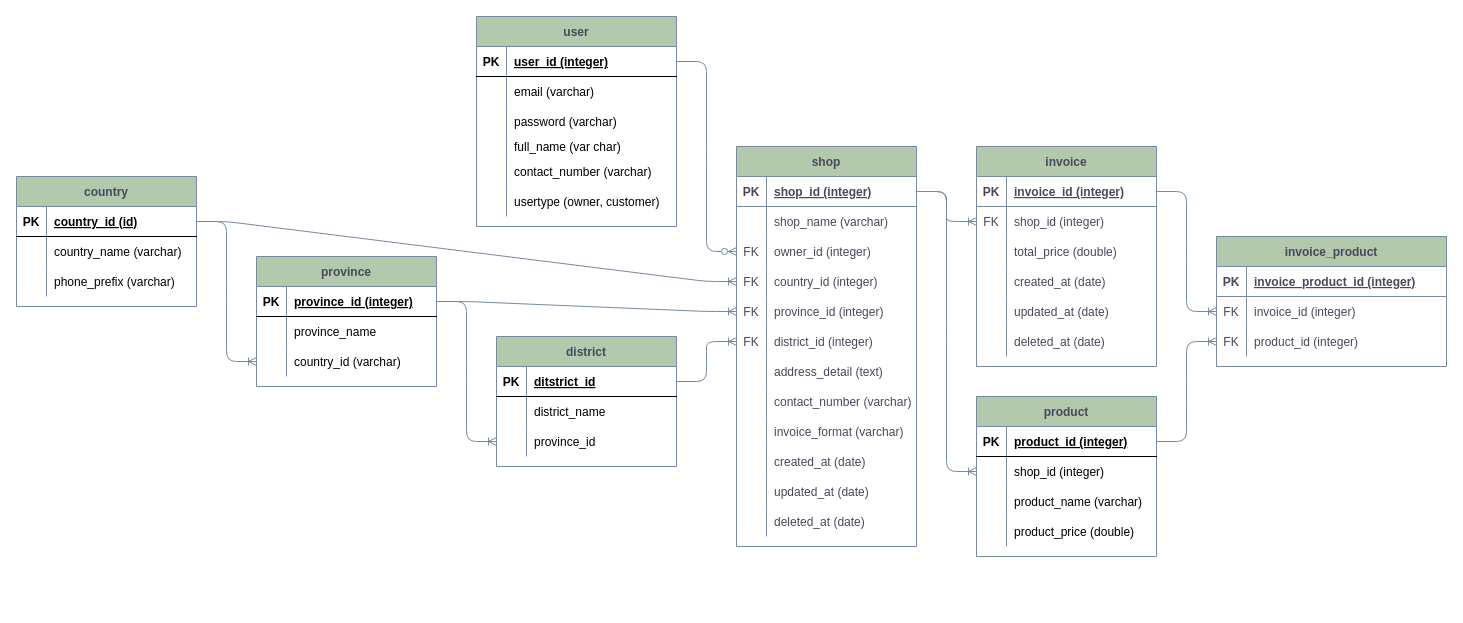
Above: not-e.drawio in mrandi96/side_projects (draw.io), before the change. Source tidied: cells renumbered, new cells numbered last; positions are measured from the earlier drawing's top-left corner, leaving out a move shared by most shapes. Both pictures are drawn from the tidied source at 100%, with x=0, y=0 at pixel (16, 16).
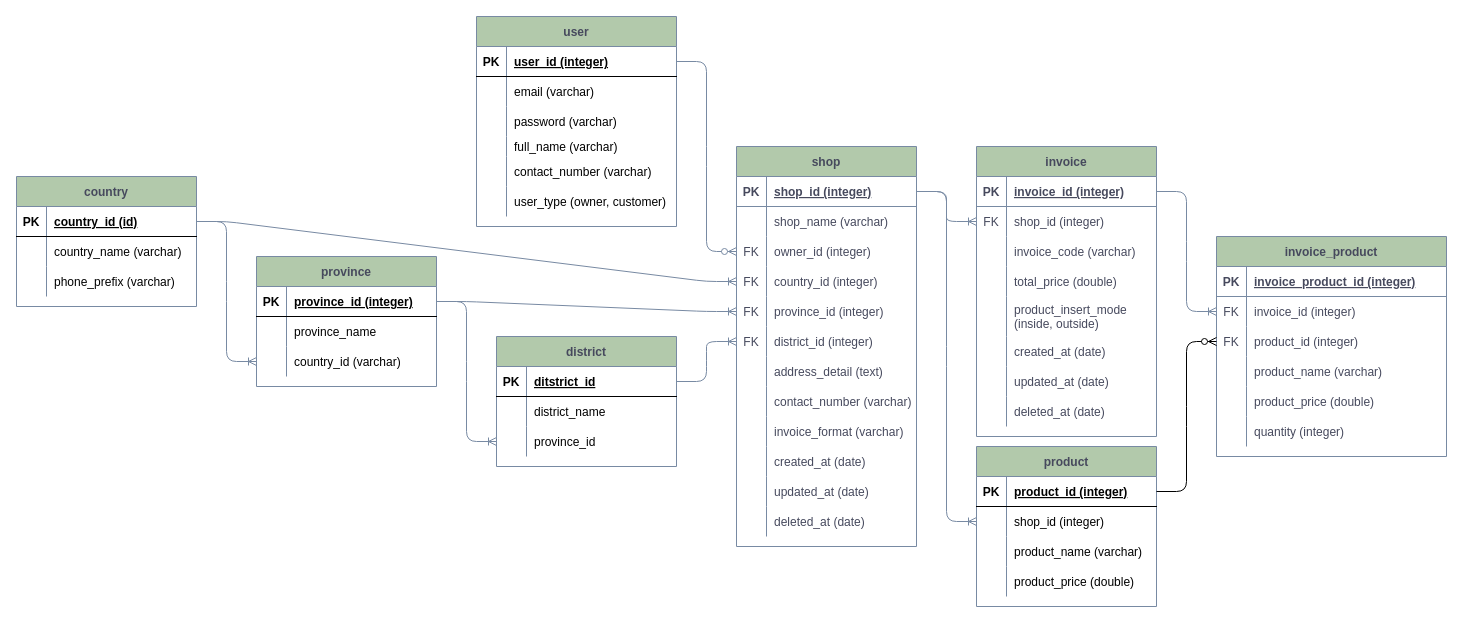
Above is the later version.

Unchanged cells that the change refers to:
```xml
<mxCell id="28" style="shape=partialRectangle;fillColor=none;top=0;left=0;bottom=0;right=0;points=[[0,0.5],[1,0.5]];portConstraint=eastwest;strokeColor=#788AA3;fontColor=#46495D;" parent="21" vertex="1">
  <mxGeometry y="90" width="230" height="30" as="geometry" />
</mxCell>
<mxCell id="71" style="shape=partialRectangle;fillColor=none;top=0;left=0;bottom=1;right=0;points=[[0,0.5],[1,0.5]];portConstraint=eastwest;" parent="70" vertex="1">
  <mxGeometry y="30" width="180" height="30" as="geometry" />
</mxCell>
<mxCell id="130" style="shape=partialRectangle;fillColor=none;top=0;left=0;bottom=0;right=0;" parent="120" vertex="1">
  <mxGeometry y="120" width="200" height="20" as="geometry" />
</mxCell>
<mxCell id="136" style="shape=partialRectangle;fillColor=none;top=0;left=0;bottom=0;right=0;" parent="120" vertex="1">
  <mxGeometry y="170" width="200" height="30" as="geometry" />
</mxCell>
```

The edit, as a diff of the source:
```diff
@@
     <mxCell id="2" value="invoice" style="shape=table;startSize=30;childLayout=tableLayout;rowLines=0;fontStyle=1;align=center;fillColor=#B2C9AB;strokeColor=#788AA3;fontColor=#46495D;" parent="1" vertex="1">
-      <mxGeometry x="960" y="130" width="180" height="220" as="geometry" />
+      <mxGeometry x="960" y="130" width="180" height="290" as="geometry" />
     </mxCell>
@@
+    <mxCell id="140" style="shape=partialRectangle;fillColor=none;top=0;left=0;bottom=0;right=0;strokeColor=#788AA3;fontColor=#46495D;" parent="2" vertex="1">
+      <mxGeometry y="90" width="180" height="30" as="geometry" />
+    </mxCell>
+    <mxCell id="141" style="shape=partialRectangle;fillColor=none;top=0;left=0;bottom=0;right=0;overflow=hidden;strokeColor=#788AA3;fontColor=#46495D;" parent="140" vertex="1">
+      <mxGeometry width="30" height="30" as="geometry" />
+    </mxCell>
+    <mxCell id="142" value="invoice_code (varchar)" style="shape=partialRectangle;fillColor=none;top=0;left=0;bottom=0;right=0;align=left;spacingLeft=6;overflow=hidden;strokeColor=#788AA3;fontColor=#46495D;" parent="140" vertex="1">
+      <mxGeometry x="30" width="150" height="30" as="geometry" />
+    </mxCell>
     <mxCell id="9" style="shape=partialRectangle;fillColor=none;top=0;left=0;bottom=0;right=0;strokeColor=#788AA3;fontColor=#46495D;" parent="2" vertex="1">
-      <mxGeometry y="90" width="180" height="30" as="geometry" />
+      <mxGeometry y="120" width="180" height="30" as="geometry" />
     </mxCell>
@@
+    <mxCell id="143" style="shape=partialRectangle;fillColor=none;top=0;left=0;bottom=0;right=0;strokeColor=#788AA3;fontColor=#46495D;" parent="2" vertex="1">
+      <mxGeometry y="150" width="180" height="40" as="geometry" />
+    </mxCell>
+    <mxCell id="144" style="shape=partialRectangle;fillColor=none;top=0;left=0;bottom=0;right=0;overflow=hidden;strokeColor=#788AA3;fontColor=#46495D;" parent="143" vertex="1">
+      <mxGeometry width="30" height="40" as="geometry" />
+    </mxCell>
+    <mxCell id="145" value="product_insert_mode&#10;(inside, outside)" style="shape=partialRectangle;fillColor=none;top=0;left=0;bottom=0;right=0;align=left;spacingLeft=6;overflow=hidden;strokeColor=#788AA3;fontColor=#46495D;" parent="143" vertex="1">
+      <mxGeometry x="30" width="150" height="40" as="geometry" />
+    </mxCell>
     <mxCell id="12" style="shape=partialRectangle;fillColor=none;top=0;left=0;bottom=0;right=0;strokeColor=#788AA3;fontColor=#46495D;" parent="2" vertex="1">
-      <mxGeometry y="120" width="180" height="30" as="geometry" />
+      <mxGeometry y="190" width="180" height="30" as="geometry" />
     </mxCell>
@@
     <mxCell id="15" style="shape=partialRectangle;fillColor=none;top=0;left=0;bottom=0;right=0;strokeColor=#788AA3;fontColor=#46495D;" parent="2" vertex="1">
-      <mxGeometry y="150" width="180" height="30" as="geometry" />
+      <mxGeometry y="220" width="180" height="30" as="geometry" />
     </mxCell>
@@
     <mxCell id="18" style="shape=partialRectangle;fillColor=none;top=0;left=0;bottom=0;right=0;strokeColor=#788AA3;fontColor=#46495D;" parent="2" vertex="1">
-      <mxGeometry y="180" width="180" height="30" as="geometry" />
+      <mxGeometry y="250" width="180" height="30" as="geometry" />
     </mxCell>
@@
     <mxCell id="21" value="invoice_product" style="shape=table;startSize=30;childLayout=tableLayout;rowLines=0;fontStyle=1;align=center;fillColor=#B2C9AB;strokeColor=#788AA3;fontColor=#46495D;" parent="1" vertex="1">
-      <mxGeometry x="1200" y="220" width="230" height="130" as="geometry" />
+      <mxGeometry x="1200" y="220" width="230" height="220" as="geometry" />
     </mxCell>
@@
+    <mxCell id="146" style="shape=partialRectangle;fillColor=none;top=0;left=0;bottom=0;right=0;strokeColor=#788AA3;fontColor=#46495D;" parent="21" vertex="1">
+      <mxGeometry y="120" width="230" height="30" as="geometry" />
+    </mxCell>
+    <mxCell id="147" style="shape=partialRectangle;fillColor=none;top=0;left=0;bottom=0;right=0;overflow=hidden;strokeColor=#788AA3;fontColor=#46495D;" parent="146" vertex="1">
+      <mxGeometry width="30" height="30" as="geometry" />
+    </mxCell>
+    <mxCell id="148" value="product_name (varchar)" style="shape=partialRectangle;fillColor=none;top=0;left=0;bottom=0;right=0;align=left;spacingLeft=6;overflow=hidden;strokeColor=#788AA3;fontColor=#46495D;" parent="146" vertex="1">
+      <mxGeometry x="30" width="200" height="30" as="geometry" />
+    </mxCell>
+    <mxCell id="149" style="shape=partialRectangle;fillColor=none;top=0;left=0;bottom=0;right=0;strokeColor=#788AA3;fontColor=#46495D;" parent="21" vertex="1">
+      <mxGeometry y="150" width="230" height="30" as="geometry" />
+    </mxCell>
+    <mxCell id="150" style="shape=partialRectangle;fillColor=none;top=0;left=0;bottom=0;right=0;overflow=hidden;strokeColor=#788AA3;fontColor=#46495D;" parent="149" vertex="1">
+      <mxGeometry width="30" height="30" as="geometry" />
+    </mxCell>
+    <mxCell id="151" value="product_price (double)" style="shape=partialRectangle;fillColor=none;top=0;left=0;bottom=0;right=0;align=left;spacingLeft=6;overflow=hidden;strokeColor=#788AA3;fontColor=#46495D;" parent="149" vertex="1">
+      <mxGeometry x="30" width="200" height="30" as="geometry" />
+    </mxCell>
+    <mxCell id="152" style="shape=partialRectangle;fillColor=none;top=0;left=0;bottom=0;right=0;strokeColor=#788AA3;fontColor=#46495D;" parent="21" vertex="1">
+      <mxGeometry y="180" width="230" height="30" as="geometry" />
+    </mxCell>
+    <mxCell id="153" style="shape=partialRectangle;fillColor=none;top=0;left=0;bottom=0;right=0;overflow=hidden;strokeColor=#788AA3;fontColor=#46495D;" parent="152" vertex="1">
+      <mxGeometry width="30" height="30" as="geometry" />
+    </mxCell>
+    <mxCell id="154" value="quantity (integer)" style="shape=partialRectangle;fillColor=none;top=0;left=0;bottom=0;right=0;align=left;spacingLeft=6;overflow=hidden;strokeColor=#788AA3;fontColor=#46495D;" parent="152" vertex="1">
+      <mxGeometry x="30" width="200" height="30" as="geometry" />
+    </mxCell>
@@
     <mxCell id="70" value="product" style="shape=table;startSize=30;childLayout=tableLayout;rowLines=0;fontStyle=1;align=center;rounded=0;sketch=0;strokeColor=#788AA3;fillColor=#B2C9AB;fontColor=#46495D;" parent="1" vertex="1">
-      <mxGeometry x="960" y="380" width="180" height="160" as="geometry" />
+      <mxGeometry x="960" y="430" width="180" height="160" as="geometry" />
     </mxCell>
@@
-    <mxCell id="83" style="edgeStyle=entityRelationEdgeStyle;fontSize=12;html=1;endArrow=ERoneToMany;strokeColor=#788AA3;fillColor=#B2C9AB;exitX=1;exitY=0.5;exitDx=0;exitDy=0;" parent="1" edge="1" source="71" target="28">
-      <mxGeometry relative="1" as="geometry" />
-    </mxCell>
@@
-    <mxCell id="132" value="full_name (var char)" style="shape=partialRectangle;fillColor=none;top=0;left=0;bottom=0;right=0;align=left;spacingLeft=6;overflow=hidden;" parent="130" vertex="1">
+    <mxCell id="132" value="full_name (varchar)" style="shape=partialRectangle;fillColor=none;top=0;left=0;bottom=0;right=0;align=left;spacingLeft=6;overflow=hidden;" parent="130" vertex="1">
       <mxGeometry x="30" width="170" height="20" as="geometry" />
     </mxCell>
@@
-    <mxCell id="138" value="usertype (owner, customer)" style="shape=partialRectangle;fillColor=none;top=0;left=0;bottom=0;right=0;align=left;spacingLeft=6;overflow=hidden;" parent="136" vertex="1">
+    <mxCell id="138" value="user_type (owner, customer)" style="shape=partialRectangle;fillColor=none;top=0;left=0;bottom=0;right=0;align=left;spacingLeft=6;overflow=hidden;" parent="136" vertex="1">
       <mxGeometry x="30" width="170" height="30" as="geometry" />
     </mxCell>
@@
+    <mxCell id="83" style="edgeStyle=entityRelationEdgeStyle;fontSize=12;html=1;endArrow=ERzeroToMany;endFill=1;exitX=1;exitY=0.5;exitDx=0;exitDy=0;entryX=0;entryY=0.5;entryDx=0;entryDy=0;" parent="1" edge="1" source="71" target="28">
+      <mxGeometry relative="1" as="geometry" />
+    </mxCell>
```
